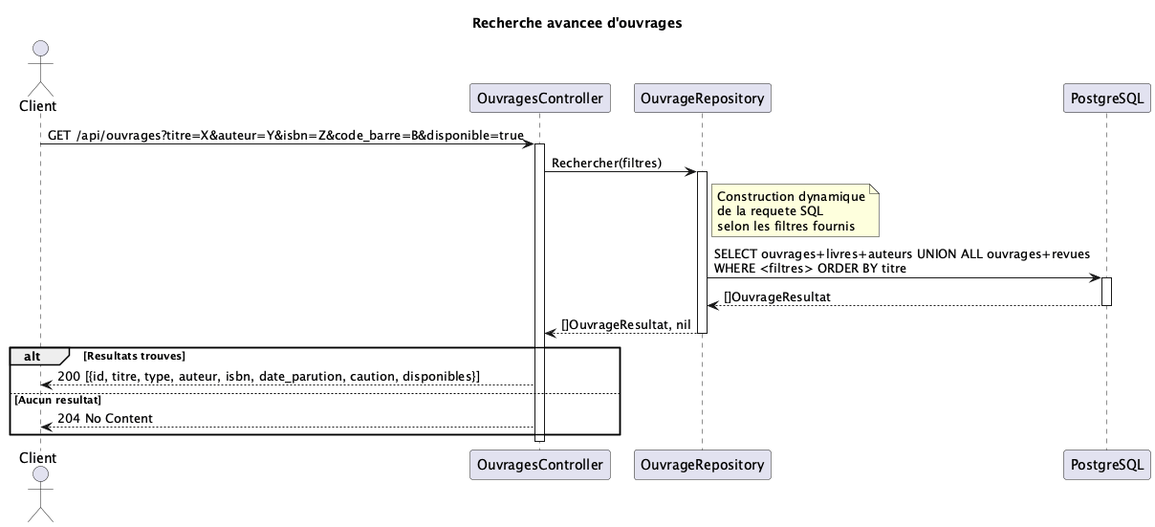
The PlantUML diagram back/diagrams/04_recherche.png in eadl-jaffre/bibliotheque, before a commit.
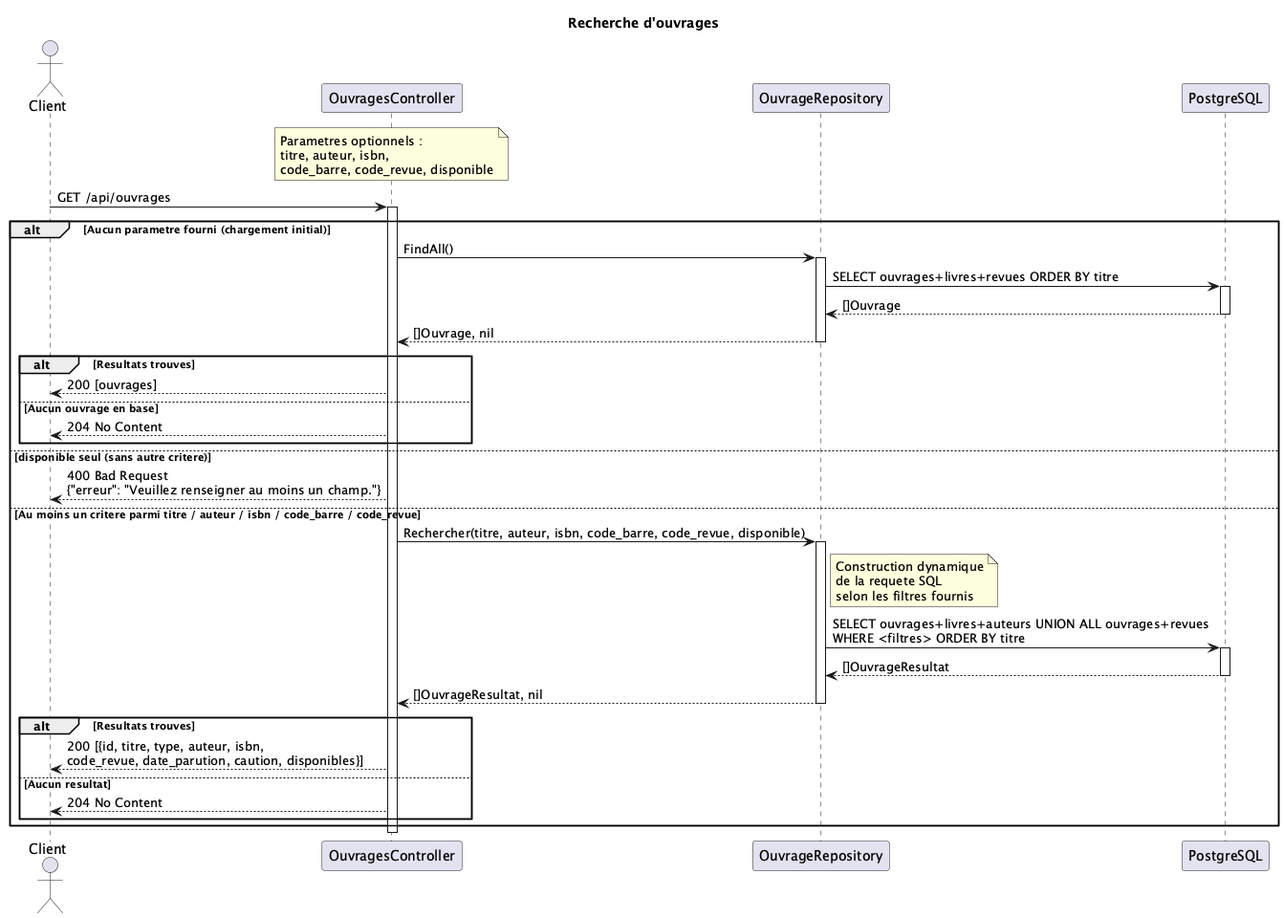
The same file after the commit.

What changed in the source:
```diff
@@ -1,26 +1,58 @@
 @startuml
-title Recherche avancee d'ouvrages
+title Recherche d'ouvrages
 
 actor "Client" as C
 participant "OuvragesController" as CTL
 participant "OuvrageRepository" as OR
 participant "PostgreSQL" as DB
 
-C -> CTL : GET /api/ouvrages?titre=X&auteur=Y&isbn=Z&code_barre=B&disponible=true
+note over CTL
+  Parametres optionnels :
+  titre, auteur, isbn,
+  code_barre, code_revue, disponible
+end note
+
+C -> CTL : GET /api/ouvrages
 activate CTL
-CTL -> OR : Rechercher(filtres)
-activate OR
-note right of OR : Construction dynamique\nde la requete SQL\nselon les filtres fournis
-OR -> DB : SELECT ouvrages+livres+auteurs UNION ALL ouvrages+revues\nWHERE <filtres> ORDER BY titre
-activate DB
-DB --> OR : []OuvrageResultat
-deactivate DB
-OR --> CTL : []OuvrageResultat, nil
-deactivate OR
-alt Resultats trouves
-CTL --> C : 200 [{id, titre, type, auteur, isbn, date_parution, caution, disponibles}]
-else Aucun resultat
-CTL --> C : 204 No Content
+
+alt Aucun parametre fourni (chargement initial)
+  CTL -> OR : FindAll()
+  activate OR
+  OR -> DB : SELECT ouvrages+livres+revues ORDER BY titre
+  activate DB
+  DB --> OR : []Ouvrage
+  deactivate DB
+  OR --> CTL : []Ouvrage, nil
+  deactivate OR
+  alt Resultats trouves
+    CTL --> C : 200 [ouvrages]
+  else Aucun ouvrage en base
+    CTL --> C : 204 No Content
+  end
+
+else disponible seul (sans autre critere)
+  CTL --> C : 400 Bad Request\n{"erreur": "Veuillez renseigner au moins un champ."}
+
+else Au moins un critere parmi titre / auteur / isbn / code_barre / code_revue
+  CTL -> OR : Rechercher(titre, auteur, isbn, code_barre, code_revue, disponible)
+  activate OR
+  note right of OR
+    Construction dynamique
+    de la requete SQL
+    selon les filtres fournis
+  end note
+  OR -> DB : SELECT ouvrages+livres+auteurs UNION ALL ouvrages+revues\nWHERE <filtres> ORDER BY titre
+  activate DB
+  DB --> OR : []OuvrageResultat
+  deactivate DB
+  OR --> CTL : []OuvrageResultat, nil
+  deactivate OR
+  alt Resultats trouves
+    CTL --> C : 200 [{id, titre, type, auteur, isbn,\ncode_revue, date_parution, caution, disponibles}]
+  else Aucun resultat
+    CTL --> C : 204 No Content
+  end
 end
+
 deactivate CTL
 @enduml
```
